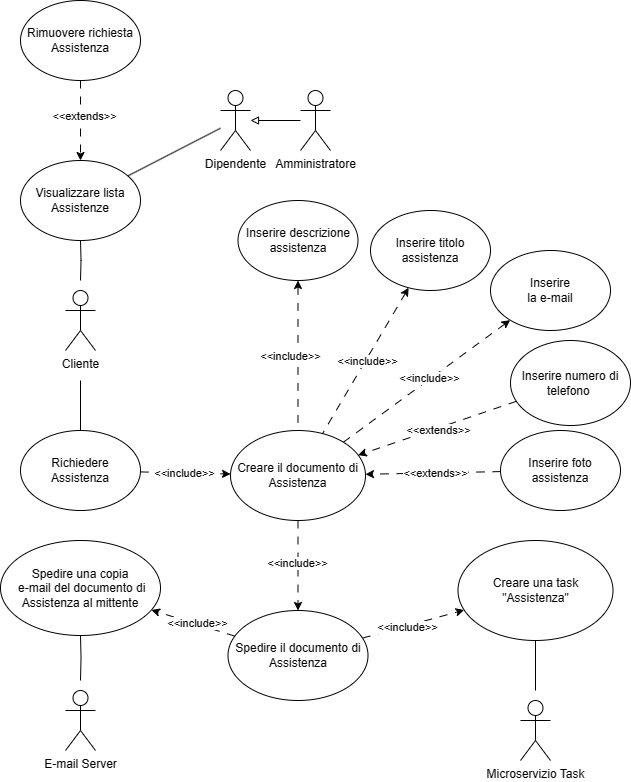
This is second-deliverable/images/UCD/RF7_assistenza_UCD.png from IS-FixMi/Documentation-Source, a draw.io export, as it was before one commit. Source tidied: cells renumbered, new cells last; positions are measured from the earlier drawing's top-left corner, leaving out a move shared by most shapes. Its diagram source:
```xml
<mxGraphModel>
  <root>
    <mxCell id="0" />
    <mxCell id="1" parent="0" />
    <mxCell id="2" style="edgeStyle=orthogonalEdgeStyle;rounded=0;jettySize=auto;html=1;endArrow=none;endFill=0;" parent="1" edge="1" target="41">
      <mxGeometry relative="1" as="geometry">
        <mxPoint x="80" y="280" as="sourcePoint" />
      </mxGeometry>
    </mxCell>
    <mxCell id="3" value="Cliente" style="shape=umlActor;verticalLabelPosition=bottom;verticalAlign=top;html=1;" parent="1" vertex="1">
      <mxGeometry x="65" y="290" width="30" height="60" as="geometry" />
    </mxCell>
    <mxCell id="4" style="rounded=0;jettySize=auto;html=1;dashed=1;dashPattern=8 8;strokeColor=default;" parent="1" edge="1" source="7" target="13">
      <mxGeometry relative="1" as="geometry" />
    </mxCell>
    <mxCell id="5" value="&amp;lt;&amp;lt;include&amp;gt;&amp;gt;" style="edgeLabel;html=1;align=center;verticalAlign=middle;" parent="4" vertex="1">
      <mxGeometry x="-0.11" relative="1" as="geometry">
        <mxPoint x="3" as="offset" />
      </mxGeometry>
    </mxCell>
    <mxCell id="6" style="rounded=0;jettySize=auto;html=1;endArrow=none;endFill=0;" parent="1" edge="1" source="7">
      <mxGeometry relative="1" as="geometry">
        <mxPoint x="80" y="380" as="targetPoint" />
      </mxGeometry>
    </mxCell>
    <mxCell id="7" value="Richiedere&lt;br&gt;Assistenza" style="ellipse;whiteSpace=wrap;html=1;" parent="1" vertex="1">
      <mxGeometry x="20" y="430" width="120" height="80" as="geometry" />
    </mxCell>
    <mxCell id="8" value="Inserire&lt;br&gt;la e-mail" style="ellipse;whiteSpace=wrap;html=1;" parent="1" vertex="1">
      <mxGeometry x="490" y="250" width="120" height="80" as="geometry" />
    </mxCell>
    <mxCell id="9" style="edgeStyle=orthogonalEdgeStyle;rounded=0;jettySize=auto;html=1;dashed=1;dashPattern=8 8;" parent="1" edge="1" source="13" target="34">
      <mxGeometry relative="1" as="geometry" />
    </mxCell>
    <mxCell id="10" value="&amp;lt;&amp;lt;include&amp;gt;&amp;gt;" style="edgeLabel;html=1;align=center;verticalAlign=middle;" parent="9" vertex="1">
      <mxGeometry x="0.02" y="1" relative="1" as="geometry">
        <mxPoint x="-2" y="-3" as="offset" />
      </mxGeometry>
    </mxCell>
    <mxCell id="11" style="rounded=0;jettySize=auto;html=1;dashed=1;dashPattern=8 8;" parent="1" edge="1" source="13" target="8">
      <mxGeometry relative="1" as="geometry" />
    </mxCell>
    <mxCell id="12" value="&amp;lt;&amp;lt;include&amp;gt;&amp;gt;" style="edgeLabel;html=1;align=center;verticalAlign=middle;" parent="11" vertex="1">
      <mxGeometry x="0.04" y="1" relative="1" as="geometry" />
    </mxCell>
    <mxCell id="13" value="Creare il documento di Assistenza" style="ellipse;whiteSpace=wrap;html=1;" parent="1" vertex="1">
      <mxGeometry x="230" y="430" width="135" height="90" as="geometry" />
    </mxCell>
    <mxCell id="14" value="Creare una task &quot;Assistenza&quot;" style="ellipse;whiteSpace=wrap;html=1;" parent="1" vertex="1">
      <mxGeometry x="457.5" y="540" width="155" height="100" as="geometry" />
    </mxCell>
    <mxCell id="15" style="rounded=0;jettySize=auto;html=1;endArrow=none;endFill=0;" parent="1" edge="1" target="14">
      <mxGeometry relative="1" as="geometry">
        <mxPoint x="535" y="690" as="sourcePoint" />
      </mxGeometry>
    </mxCell>
    <mxCell id="16" value="Microservizio Task" style="shape=umlActor;verticalLabelPosition=bottom;verticalAlign=top;html=1;" parent="1" vertex="1">
      <mxGeometry x="520" y="700" width="30" height="60" as="geometry" />
    </mxCell>
    <mxCell id="17" style="rounded=0;jettySize=auto;html=1;endArrow=none;endFill=0;" parent="1" edge="1" source="18" target="41">
      <mxGeometry relative="1" as="geometry" />
    </mxCell>
    <mxCell id="18" value="Dipendente" style="shape=umlActor;verticalLabelPosition=bottom;verticalAlign=top;html=1;outlineConnect=0;" parent="1" vertex="1">
      <mxGeometry x="220" y="90" width="30" height="60" as="geometry" />
    </mxCell>
    <mxCell id="19" style="edgeStyle=orthogonalEdgeStyle;rounded=0;jettySize=auto;html=1;endArrow=block;endFill=0;" parent="1" edge="1" source="20" target="18">
      <mxGeometry relative="1" as="geometry" />
    </mxCell>
    <mxCell id="20" value="Amministratore" style="shape=umlActor;verticalLabelPosition=bottom;verticalAlign=top;html=1;outlineConnect=0;" parent="1" vertex="1">
      <mxGeometry x="300" y="90" width="30" height="60" as="geometry" />
    </mxCell>
    <mxCell id="21" style="rounded=0;jettySize=auto;html=1;dashed=1;dashPattern=8 8;startArrow=classic;startFill=1;endArrow=none;endFill=0;" parent="1" edge="1" source="23" target="13">
      <mxGeometry relative="1" as="geometry" />
    </mxCell>
    <mxCell id="22" value="&amp;lt;&amp;lt;include&amp;gt;&amp;gt;" style="edgeLabel;html=1;align=center;verticalAlign=middle;" parent="21" vertex="1">
      <mxGeometry x="-0.04" y="1" relative="1" as="geometry">
        <mxPoint x="-1" y="3" as="offset" />
      </mxGeometry>
    </mxCell>
    <mxCell id="23" value="Inserire titolo assistenza" style="ellipse;whiteSpace=wrap;html=1;" parent="1" vertex="1">
      <mxGeometry x="370" y="210" width="120" height="80" as="geometry" />
    </mxCell>
    <mxCell id="24" style="rounded=0;jettySize=auto;html=1;dashed=1;dashPattern=8 8;startArrow=classic;startFill=1;endArrow=none;endFill=0;" parent="1" edge="1" source="26" target="13">
      <mxGeometry relative="1" as="geometry" />
    </mxCell>
    <mxCell id="25" value="&amp;lt;&amp;lt;include&amp;gt;&amp;gt;" style="edgeLabel;html=1;align=center;verticalAlign=middle;" parent="24" vertex="1">
      <mxGeometry x="0.03" y="-1" relative="1" as="geometry">
        <mxPoint x="-7" y="-1" as="offset" />
      </mxGeometry>
    </mxCell>
    <mxCell id="26" value="Inserire descrizione assistenza" style="ellipse;whiteSpace=wrap;html=1;" parent="1" vertex="1">
      <mxGeometry x="237.5" y="200" width="120" height="80" as="geometry" />
    </mxCell>
    <mxCell id="27" style="rounded=0;jettySize=auto;html=1;dashed=1;dashPattern=8 8;" parent="1" edge="1" source="29" target="13">
      <mxGeometry relative="1" as="geometry" />
    </mxCell>
    <mxCell id="28" value="&amp;lt;&amp;lt;extends&amp;gt;&amp;gt;" style="edgeLabel;html=1;align=center;verticalAlign=middle;" parent="27" vertex="1">
      <mxGeometry x="0.21" y="-1" relative="1" as="geometry">
        <mxPoint x="16" y="1" as="offset" />
      </mxGeometry>
    </mxCell>
    <mxCell id="29" value="Inserire foto assistenza" style="ellipse;whiteSpace=wrap;html=1;" parent="1" vertex="1">
      <mxGeometry x="500" y="430" width="120" height="80" as="geometry" />
    </mxCell>
    <mxCell id="30" style="rounded=0;jettySize=auto;html=1;dashed=1;dashPattern=8 8;" parent="1" edge="1" source="34" target="35">
      <mxGeometry relative="1" as="geometry" />
    </mxCell>
    <mxCell id="31" value="&amp;lt;&amp;lt;include&amp;gt;&amp;gt;" style="edgeLabel;html=1;align=center;verticalAlign=middle;" parent="30" vertex="1">
      <mxGeometry x="0.06" y="1" relative="1" as="geometry">
        <mxPoint x="7" as="offset" />
      </mxGeometry>
    </mxCell>
    <mxCell id="32" style="rounded=0;jettySize=auto;html=1;dashed=1;dashPattern=8 8;" parent="1" edge="1" source="34" target="14">
      <mxGeometry relative="1" as="geometry" />
    </mxCell>
    <mxCell id="33" value="&amp;lt;&amp;lt;include&amp;gt;&amp;gt;" style="edgeLabel;html=1;align=center;verticalAlign=middle;" parent="32" vertex="1">
      <mxGeometry x="-0.14" y="-1" relative="1" as="geometry" />
    </mxCell>
    <mxCell id="34" value="Spedire il documento di Assistenza" style="ellipse;whiteSpace=wrap;html=1;" parent="1" vertex="1">
      <mxGeometry x="227.5" y="610" width="140" height="90" as="geometry" />
    </mxCell>
    <mxCell id="35" value="Spedire una copia&lt;br&gt;&amp;nbsp;e-mail del documento di Assistenza al mittente" style="ellipse;whiteSpace=wrap;html=1;" parent="1" vertex="1">
      <mxGeometry y="540" width="160" height="95" as="geometry" />
    </mxCell>
    <mxCell id="36" style="rounded=0;jettySize=auto;html=1;dashed=1;dashPattern=8 8;" parent="1" edge="1" source="38" target="13">
      <mxGeometry relative="1" as="geometry" />
    </mxCell>
    <mxCell id="37" value="&amp;lt;&amp;lt;extends&amp;gt;&amp;gt;" style="edgeLabel;html=1;align=center;verticalAlign=middle;" parent="36" vertex="1">
      <mxGeometry x="-0.11" y="1" relative="1" as="geometry">
        <mxPoint x="-8" y="3" as="offset" />
      </mxGeometry>
    </mxCell>
    <mxCell id="38" value="Inserire numero di telefono&amp;nbsp;" style="ellipse;whiteSpace=wrap;html=1;" parent="1" vertex="1">
      <mxGeometry x="510" y="340" width="120" height="85" as="geometry" />
    </mxCell>
    <mxCell id="39" style="edgeStyle=orthogonalEdgeStyle;rounded=0;jettySize=auto;html=1;endArrow=none;endFill=0;" parent="1" edge="1" target="35">
      <mxGeometry relative="1" as="geometry">
        <mxPoint x="80" y="680" as="sourcePoint" />
      </mxGeometry>
    </mxCell>
    <mxCell id="40" value="E-mail Server" style="shape=umlActor;verticalLabelPosition=bottom;verticalAlign=top;html=1;" parent="1" vertex="1">
      <mxGeometry x="65" y="690" width="30" height="60" as="geometry" />
    </mxCell>
    <mxCell id="41" value="Visualizzare lista Assistenze" style="ellipse;whiteSpace=wrap;html=1;" parent="1" vertex="1">
      <mxGeometry x="20" y="160" width="120" height="80" as="geometry" />
    </mxCell>
    <mxCell id="42" style="edgeStyle=orthogonalEdgeStyle;rounded=0;jettySize=auto;html=1;dashed=1;dashPattern=8 8;" parent="1" edge="1" source="44" target="41">
      <mxGeometry relative="1" as="geometry" />
    </mxCell>
    <mxCell id="43" value="&amp;lt;&amp;lt;extends&amp;gt;&amp;gt;" style="edgeLabel;html=1;align=center;verticalAlign=middle;" parent="42" vertex="1">
      <mxGeometry x="-0.13" y="1" relative="1" as="geometry">
        <mxPoint x="2" y="1" as="offset" />
      </mxGeometry>
    </mxCell>
    <mxCell id="44" value="Rimuovere richiesta Assistenza" style="ellipse;whiteSpace=wrap;html=1;" parent="1" vertex="1">
      <mxGeometry x="20" width="120" height="80" as="geometry" />
    </mxCell>
  </root>
</mxGraphModel>
```
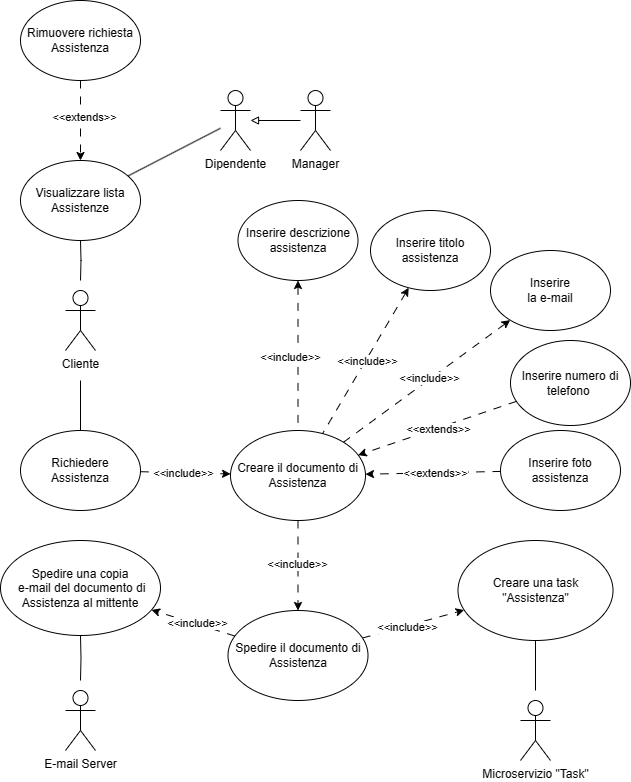
Later version of the same file.

What changed in the source:
```diff
@@ -54,7 +54,7 @@
         <mxPoint x="535" y="690" as="sourcePoint" />
       </mxGeometry>
     </mxCell>
-    <mxCell id="16" value="Microservizio Task" style="shape=umlActor;verticalLabelPosition=bottom;verticalAlign=top;html=1;" parent="1" vertex="1">
+    <mxCell id="16" value="Microservizio &quot;Task&quot;" style="shape=umlActor;verticalLabelPosition=bottom;verticalAlign=top;html=1;" parent="1" vertex="1">
       <mxGeometry x="520" y="700" width="30" height="60" as="geometry" />
     </mxCell>
     <mxCell id="17" style="rounded=0;jettySize=auto;html=1;endArrow=none;endFill=0;" parent="1" edge="1" source="18" target="41">
@@ -66,7 +66,7 @@
     <mxCell id="19" style="edgeStyle=orthogonalEdgeStyle;rounded=0;jettySize=auto;html=1;endArrow=block;endFill=0;" parent="1" edge="1" source="20" target="18">
       <mxGeometry relative="1" as="geometry" />
     </mxCell>
-    <mxCell id="20" value="Amministratore" style="shape=umlActor;verticalLabelPosition=bottom;verticalAlign=top;html=1;outlineConnect=0;" parent="1" vertex="1">
+    <mxCell id="20" value="Manager" style="shape=umlActor;verticalLabelPosition=bottom;verticalAlign=top;html=1;outlineConnect=0;" parent="1" vertex="1">
       <mxGeometry x="300" y="90" width="30" height="60" as="geometry" />
     </mxCell>
     <mxCell id="21" style="rounded=0;jettySize=auto;html=1;dashed=1;dashPattern=8 8;startArrow=classic;startFill=1;endArrow=none;endFill=0;" parent="1" edge="1" source="23" target="13">
```
